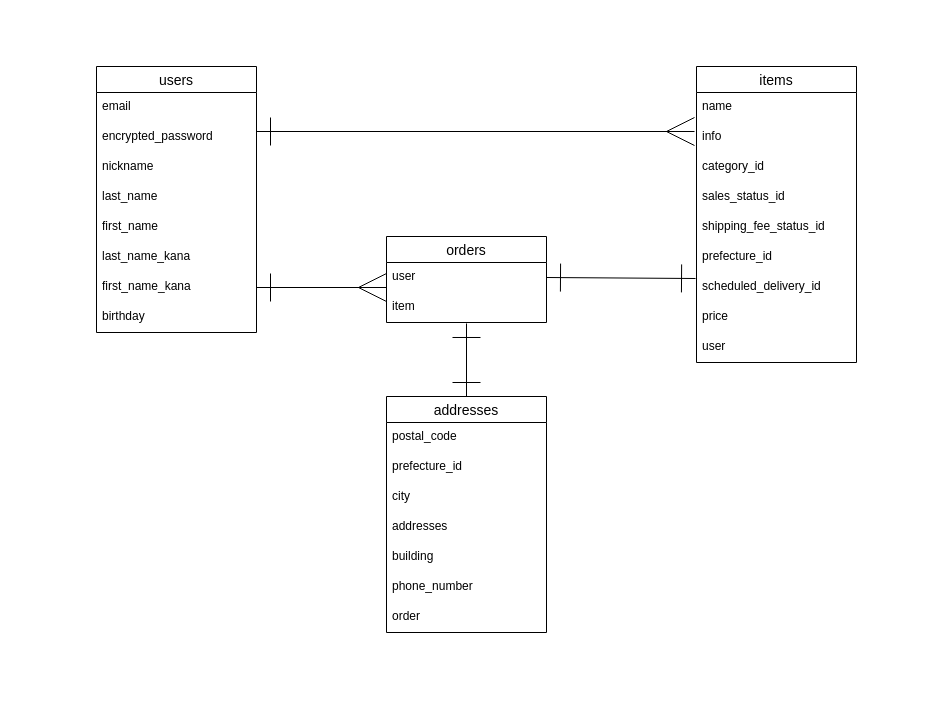
Earlier version of the draw.io diagram er.dio (mamimama2024/furima-40338). Source tidied: cells renumbered, new cells numbered last; positions are measured from the earlier drawing's top-left corner, leaving out a move shared by most shapes. Both pictures are drawn from the tidied source at 100%, with x=0, y=0 at pixel (16, 16).
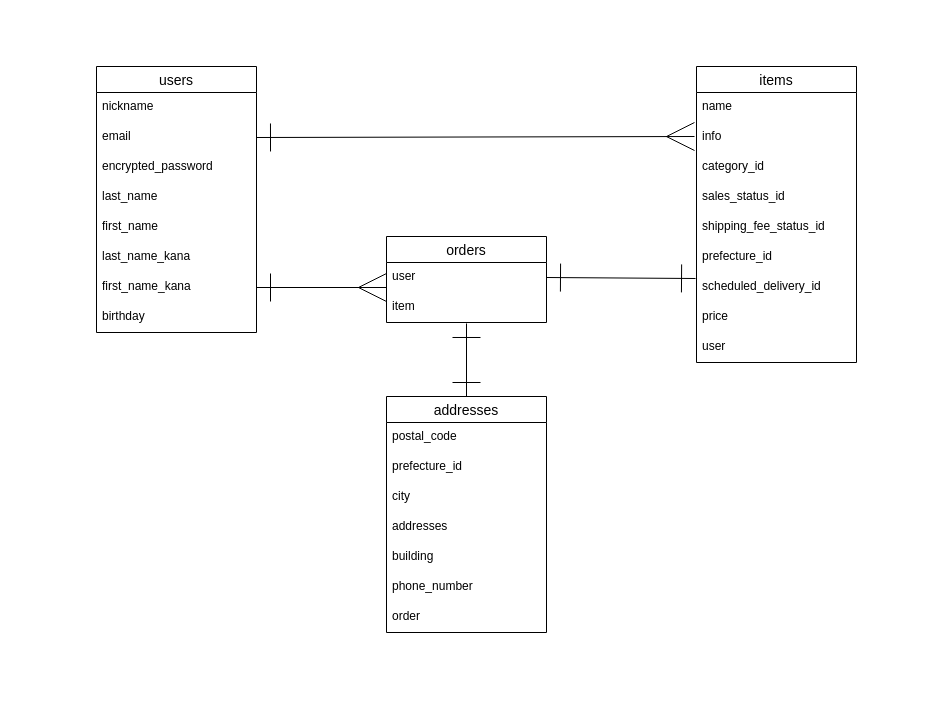
The same diagram, later.

The change refers to these unchanged cells:
```xml
<mxCell id="2" value="users" style="swimlane;fontStyle=0;horizontal=1;startSize=26;align=center;fontSize=14;" parent="1" vertex="1">
  <mxGeometry x="80" y="50" width="160" height="266" as="geometry" />
</mxCell>
```

Change to the diagram source:
```diff
@@
+    <mxCell id="5" value="nickname" style="text;strokeColor=none;fillColor=none;spacingLeft=4;spacingRight=4;overflow=hidden;fontSize=12;" parent="2" vertex="1">
+      <mxGeometry y="26" width="160" height="30" as="geometry" />
+    </mxCell>
     <mxCell id="3" value="email" style="text;strokeColor=none;fillColor=none;spacingLeft=4;spacingRight=4;overflow=hidden;points=[[0,0.5],[1,0.5]];portConstraint=eastwest;fontSize=12;" parent="2" vertex="1">
-      <mxGeometry y="26" width="160" height="30" as="geometry" />
+      <mxGeometry y="56" width="160" height="30" as="geometry" />
     </mxCell>
     <mxCell id="4" value="encrypted_password" style="text;strokeColor=none;fillColor=none;spacingLeft=4;spacingRight=4;overflow=hidden;points=[[0,0.5],[1,0.5]];portConstraint=eastwest;fontSize=12;" parent="2" vertex="1">
-      <mxGeometry y="56" width="160" height="30" as="geometry" />
+      <mxGeometry y="86" width="160" height="30" as="geometry" />
     </mxCell>
-    <mxCell id="5" value="nickname" style="text;strokeColor=none;fillColor=none;spacingLeft=4;spacingRight=4;overflow=hidden;fontSize=12;" parent="2" vertex="1">
-      <mxGeometry y="86" width="160" height="30" as="geometry" />
-    </mxCell>
@@
-    <mxCell id="21" style="edgeStyle=none;html=1;exitX=1;exitY=0.3;exitDx=0;exitDy=0;endArrow=ERmany;endFill=0;endSize=26;startSize=26;startArrow=ERone;startFill=0;exitPerimeter=0;" parent="1" edge="1" source="4">
+    <mxCell id="21" style="edgeStyle=none;html=1;exitX=1;exitY=0.5;exitDx=0;exitDy=0;endArrow=ERmany;endFill=0;endSize=26;startSize=26;startArrow=ERone;startFill=0;" parent="1" edge="1" source="3">
       <mxGeometry relative="1" as="geometry">
-        <mxPoint x="678" y="115" as="targetPoint" />
+        <mxPoint x="678" y="120" as="targetPoint" />
       </mxGeometry>
     </mxCell>
```
